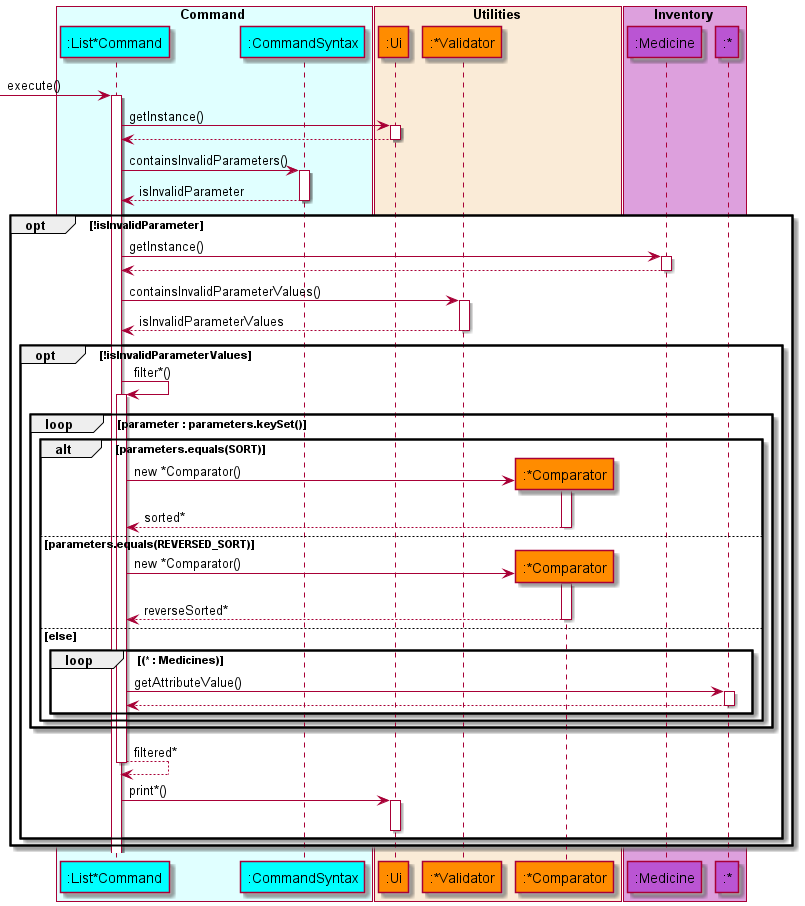
This is docs/diagrams/diagram_images/ListSequenceDiagram.png from nus-cs2113-AY2122S1/tp, a PlantUML export, as it was before one commit. Its diagram source:
```plantuml
@startuml AddSequenceDiagram

!include style.puml

box Command COLOR_COMMAND_BOX
    participant ":List*Command" as list COLOR_COMMAND
    participant ":CommandSyntax" as commandSyntax COLOR_COMMAND
end box

box Utilities COLOR_UTILITIES_BOX
    participant ":Ui" as ui COLOR_UTILITIES
    participant ":*Validator" as validator COLOR_UTILITIES
    participant ":*Comparator" as comparator COLOR_UTILITIES
end box

box Inventory COLOR_INVENTORY_BOX
    participant ":Medicine" as medicine COLOR_INVENTORY
    participant ":*" as object COLOR_INVENTORY
end box

autoactivate on

-> list: execute()
list -> ui : getInstance()
list <-- ui
list -> commandSyntax : containsInvalidParameters()
list <-- commandSyntax : isInvalidParameter

opt !isInvalidParameter
    list -> medicine : getInstance()
    list <-- medicine
    list -> validator : containsInvalidParameterValues()
    list <-- validator : isInvalidParameterValues

    opt !isInvalidParameterValues
        list -> list : filter*()

        loop parameter : parameters.keySet()

            alt parameters.equals(SORT)
                create comparator
                list -> comparator : new *Comparator()
                list <-- comparator : sorted*
                deactivate comparator
            else parameters.equals(REVERSED_SORT)
                create comparator
                list -> comparator : new *Comparator()
                list <-- comparator : reverseSorted*
                deactivate comparator
            else else
                loop (* : Medicines)
                    list -> object : getAttributeValue()
                    list <-- object
                end

            end

        end


        list --> list : filtered*

        list -> ui : print*()
        deactivate ui
    end

end


@enduml
```
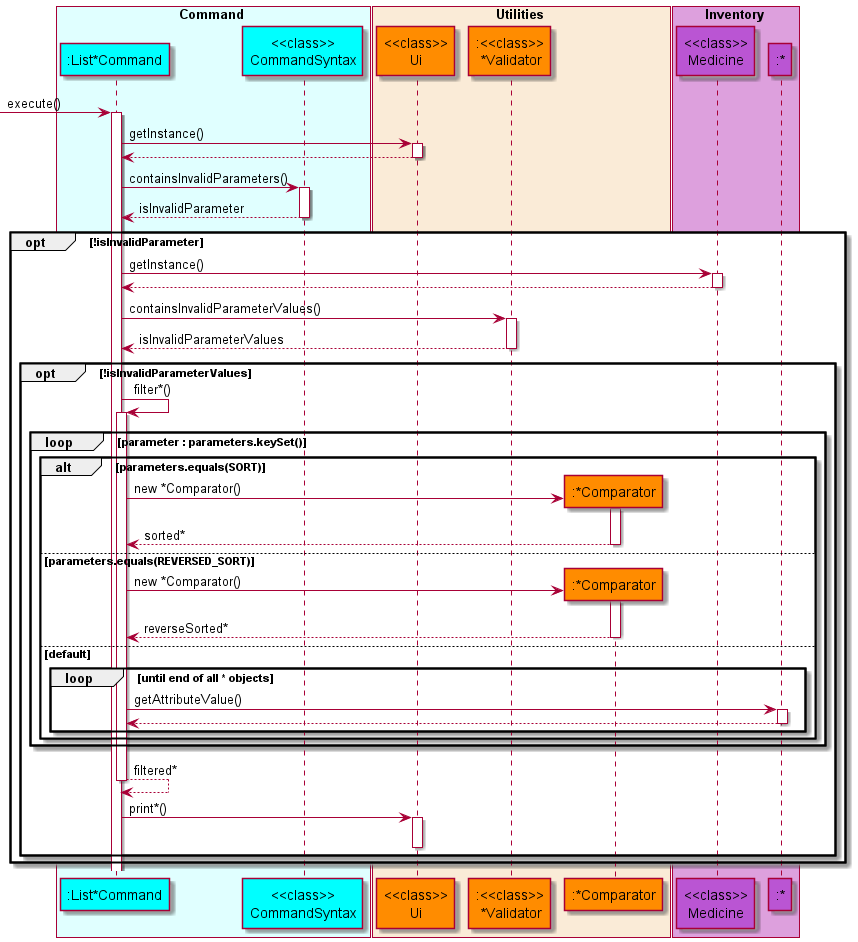
After the change.

Commit message:
Update sequence diagram

Diff of the diagram source:
```diff
@@ -4,17 +4,17 @@
 
 box Command COLOR_COMMAND_BOX
     participant ":List*Command" as list COLOR_COMMAND
-    participant ":CommandSyntax" as commandSyntax COLOR_COMMAND
+    participant "<<class>>\nCommandSyntax" as commandSyntax COLOR_COMMAND
 end box
 
 box Utilities COLOR_UTILITIES_BOX
-    participant ":Ui" as ui COLOR_UTILITIES
-    participant ":*Validator" as validator COLOR_UTILITIES
+    participant "<<class>>\nUi" as ui COLOR_UTILITIES
+    participant ":<<class>>\n *Validator" as validator COLOR_UTILITIES
     participant ":*Comparator" as comparator COLOR_UTILITIES
 end box
 
 box Inventory COLOR_INVENTORY_BOX
-    participant ":Medicine" as medicine COLOR_INVENTORY
+    participant "<<class>>\nMedicine" as medicine COLOR_INVENTORY
     participant ":*" as object COLOR_INVENTORY
 end box
 
@@ -47,8 +47,8 @@
                 list -> comparator : new *Comparator()
                 list <-- comparator : reverseSorted*
                 deactivate comparator
-            else else
-                loop (* : Medicines)
+            else default
+                loop until end of all * objects
                     list -> object : getAttributeValue()
                     list <-- object
                 end
@@ -56,7 +56,6 @@
             end
 
         end
-
 
         list --> list : filtered*
 
```
